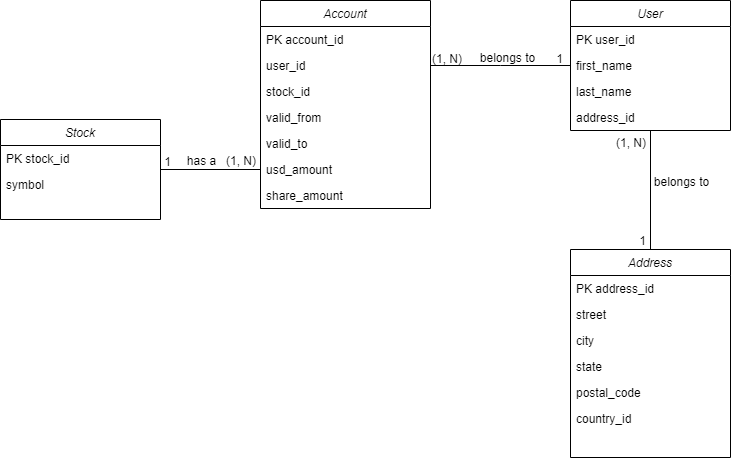
Above: assets/data_model.png in dporth/stock-simulator (draw.io), before the change. Source tidied: cells renumbered, new cells last; positions are measured from the earlier drawing's top-left corner, leaving out a move shared by most shapes. Source of this version:
```xml
<mxGraphModel>
  <root>
    <mxCell id="0" />
    <mxCell id="1" parent="0" />
    <mxCell id="2" value="Account" style="swimlane;fontStyle=2;align=center;verticalAlign=top;horizontal=1;startSize=26;rounded=0;shadow=0;strokeWidth=1;" parent="1" vertex="1">
      <mxGeometry x="260" width="170" height="208" as="geometry" />
    </mxCell>
    <mxCell id="3" value="PK account_id" style="text;align=left;verticalAlign=top;spacingLeft=4;spacingRight=4;overflow=hidden;" parent="2" vertex="1">
      <mxGeometry y="26" width="170" height="26" as="geometry" />
    </mxCell>
    <mxCell id="4" value="user_id" style="text;align=left;verticalAlign=top;spacingLeft=4;spacingRight=4;overflow=hidden;" parent="2" vertex="1">
      <mxGeometry y="52" width="170" height="26" as="geometry" />
    </mxCell>
    <mxCell id="5" value="stock_id" style="text;align=left;verticalAlign=top;spacingLeft=4;spacingRight=4;overflow=hidden;rounded=0;shadow=0;html=0;" parent="2" vertex="1">
      <mxGeometry y="78" width="170" height="26" as="geometry" />
    </mxCell>
    <mxCell id="6" value="valid_from" style="text;align=left;verticalAlign=top;spacingLeft=4;spacingRight=4;overflow=hidden;rounded=0;shadow=0;html=0;" parent="2" vertex="1">
      <mxGeometry y="104" width="170" height="26" as="geometry" />
    </mxCell>
    <mxCell id="7" value="valid_to" style="text;align=left;verticalAlign=top;spacingLeft=4;spacingRight=4;overflow=hidden;" parent="2" vertex="1">
      <mxGeometry y="130" width="170" height="26" as="geometry" />
    </mxCell>
    <mxCell id="8" value="usd_amount" style="text;align=left;verticalAlign=top;spacingLeft=4;spacingRight=4;overflow=hidden;points=[[0,0.5],[1,0.5]];portConstraint=eastwest;rounded=0;shadow=0;html=0;" parent="2" vertex="1">
      <mxGeometry y="156" width="170" height="26" as="geometry" />
    </mxCell>
    <mxCell id="9" value="share_amount" style="text;align=left;verticalAlign=top;spacingLeft=4;spacingRight=4;overflow=hidden;rounded=0;shadow=0;html=0;" parent="2" vertex="1">
      <mxGeometry y="182" width="170" height="26" as="geometry" />
    </mxCell>
    <mxCell id="10" style="edgeStyle=orthogonalEdgeStyle;rounded=0;jettySize=auto;html=1;entryX=0;entryY=0.5;entryDx=0;entryDy=0;startArrow=none;startFill=0;endArrow=none;endFill=0;" parent="1" edge="1" source="11" target="8">
      <mxGeometry relative="1" as="geometry" />
    </mxCell>
    <mxCell id="11" value="Stock" style="swimlane;fontStyle=2;align=center;verticalAlign=top;horizontal=1;startSize=26;rounded=0;shadow=0;strokeWidth=1;" parent="1" vertex="1">
      <mxGeometry y="119" width="160" height="100" as="geometry" />
    </mxCell>
    <mxCell id="12" value="PK stock_id" style="text;align=left;verticalAlign=top;spacingLeft=4;spacingRight=4;overflow=hidden;" parent="11" vertex="1">
      <mxGeometry y="26" width="160" height="26" as="geometry" />
    </mxCell>
    <mxCell id="13" value="symbol" style="text;align=left;verticalAlign=top;spacingLeft=4;spacingRight=4;overflow=hidden;rounded=0;shadow=0;html=0;" parent="11" vertex="1">
      <mxGeometry y="52" width="160" height="26" as="geometry" />
    </mxCell>
    <mxCell id="14" style="edgeStyle=orthogonalEdgeStyle;rounded=0;jettySize=auto;html=1;exitX=0.5;exitY=1;exitDx=0;exitDy=0;entryX=0.5;entryY=0;entryDx=0;entryDy=0;startArrow=none;startFill=0;endArrow=none;endFill=0;" parent="1" edge="1" source="15" target="25">
      <mxGeometry relative="1" as="geometry" />
    </mxCell>
    <mxCell id="15" value="User" style="swimlane;fontStyle=2;align=center;verticalAlign=top;horizontal=1;startSize=26;rounded=0;shadow=0;strokeWidth=1;" parent="1" vertex="1">
      <mxGeometry x="570" width="160" height="130" as="geometry" />
    </mxCell>
    <mxCell id="16" value="PK user_id" style="text;align=left;verticalAlign=top;spacingLeft=4;spacingRight=4;overflow=hidden;" parent="15" vertex="1">
      <mxGeometry y="26" width="160" height="26" as="geometry" />
    </mxCell>
    <mxCell id="17" value="first_name" style="text;align=left;verticalAlign=top;spacingLeft=4;spacingRight=4;overflow=hidden;rounded=0;shadow=0;html=0;" parent="15" vertex="1">
      <mxGeometry y="52" width="160" height="26" as="geometry" />
    </mxCell>
    <mxCell id="18" value="last_name" style="text;align=left;verticalAlign=top;spacingLeft=4;spacingRight=4;overflow=hidden;rounded=0;shadow=0;html=0;" parent="15" vertex="1">
      <mxGeometry y="78" width="160" height="26" as="geometry" />
    </mxCell>
    <mxCell id="19" value="address_id" style="text;align=left;verticalAlign=top;spacingLeft=4;spacingRight=4;overflow=hidden;rounded=0;shadow=0;html=0;" parent="15" vertex="1">
      <mxGeometry y="104" width="160" height="26" as="geometry" />
    </mxCell>
    <mxCell id="20" style="endArrow=none;shadow=0;strokeWidth=1;rounded=0;endFill=0;edgeStyle=elbowEdgeStyle;elbow=vertical;" parent="1" edge="1" source="2" target="15">
      <mxGeometry x="0.5" y="41" relative="1" as="geometry">
        <mxPoint x="-40" y="32" as="offset" />
      </mxGeometry>
    </mxCell>
    <mxCell id="21" value="(1, N)" style="align=left;verticalAlign=bottom;labelBackgroundColor=none;fontSize=12;" parent="20" vertex="1">
      <mxGeometry x="-1" relative="1" as="geometry">
        <mxPoint y="2" as="offset" />
      </mxGeometry>
    </mxCell>
    <mxCell id="22" value="1" style="align=right;verticalAlign=bottom;labelBackgroundColor=none;fontSize=12;" parent="20" vertex="1">
      <mxGeometry x="1" relative="1" as="geometry">
        <mxPoint x="-6" y="2" as="offset" />
      </mxGeometry>
    </mxCell>
    <mxCell id="23" value="belongs to" style="text;html=1;align=center;verticalAlign=middle;labelBackgroundColor=none;rounded=0;shadow=0;strokeWidth=1;fontSize=12;" parent="20" vertex="1">
      <mxGeometry x="0.5" y="49" relative="1" as="geometry">
        <mxPoint x="-29" y="40" as="offset" />
      </mxGeometry>
    </mxCell>
    <mxCell id="24" value="belongs to" style="text;html=1;align=center;verticalAlign=middle;labelBackgroundColor=none;rounded=0;shadow=0;strokeWidth=1;fontSize=12;" parent="20" vertex="1">
      <mxGeometry x="0.5" y="49" relative="1" as="geometry">
        <mxPoint x="145" y="164" as="offset" />
      </mxGeometry>
    </mxCell>
    <mxCell id="25" value="Address" style="swimlane;fontStyle=2;align=center;verticalAlign=top;horizontal=1;startSize=26;rounded=0;shadow=0;strokeWidth=1;" parent="1" vertex="1">
      <mxGeometry x="570" y="249" width="160" height="208" as="geometry" />
    </mxCell>
    <mxCell id="26" value="PK address_id" style="text;align=left;verticalAlign=top;spacingLeft=4;spacingRight=4;overflow=hidden;" parent="25" vertex="1">
      <mxGeometry y="26" width="160" height="26" as="geometry" />
    </mxCell>
    <mxCell id="27" value="street" style="text;align=left;verticalAlign=top;spacingLeft=4;spacingRight=4;overflow=hidden;" parent="25" vertex="1">
      <mxGeometry y="52" width="160" height="26" as="geometry" />
    </mxCell>
    <mxCell id="28" value="city" style="text;align=left;verticalAlign=top;spacingLeft=4;spacingRight=4;overflow=hidden;rounded=0;shadow=0;html=0;" parent="25" vertex="1">
      <mxGeometry y="78" width="160" height="26" as="geometry" />
    </mxCell>
    <mxCell id="29" value="state" style="text;align=left;verticalAlign=top;spacingLeft=4;spacingRight=4;overflow=hidden;rounded=0;shadow=0;html=0;" parent="25" vertex="1">
      <mxGeometry y="104" width="160" height="26" as="geometry" />
    </mxCell>
    <mxCell id="30" value="postal_code" style="text;align=left;verticalAlign=top;spacingLeft=4;spacingRight=4;overflow=hidden;rounded=0;shadow=0;html=0;" parent="25" vertex="1">
      <mxGeometry y="130" width="160" height="26" as="geometry" />
    </mxCell>
    <mxCell id="31" value="country_id" style="text;align=left;verticalAlign=top;spacingLeft=4;spacingRight=4;overflow=hidden;rounded=0;shadow=0;html=0;" parent="25" vertex="1">
      <mxGeometry y="156" width="160" height="26" as="geometry" />
    </mxCell>
    <mxCell id="32" value="(1, N)" style="align=left;verticalAlign=bottom;labelBackgroundColor=none;fontSize=12;" parent="1" vertex="1">
      <mxGeometry x="224" y="169" as="geometry" />
    </mxCell>
    <mxCell id="33" value="has a" style="text;html=1;align=center;verticalAlign=middle;labelBackgroundColor=none;rounded=0;shadow=0;strokeWidth=1;fontSize=12;" parent="1" vertex="1">
      <mxGeometry x="198" y="164" as="geometry">
        <mxPoint x="2" y="-5" as="offset" />
      </mxGeometry>
    </mxCell>
    <mxCell id="34" value="1" style="align=right;verticalAlign=bottom;labelBackgroundColor=none;fontSize=12;direction=south;" parent="1" vertex="1">
      <mxGeometry x="172" y="170" as="geometry" />
    </mxCell>
    <mxCell id="35" value="1" style="align=right;verticalAlign=bottom;labelBackgroundColor=none;fontSize=12;" parent="1" vertex="1">
      <mxGeometry x="643" y="240" as="geometry">
        <mxPoint x="4" y="9" as="offset" />
      </mxGeometry>
    </mxCell>
    <mxCell id="36" value="(1, N)" style="align=left;verticalAlign=bottom;labelBackgroundColor=none;fontSize=12;" parent="1" vertex="1">
      <mxGeometry x="614" y="151" as="geometry" />
    </mxCell>
  </root>
</mxGraphModel>
```
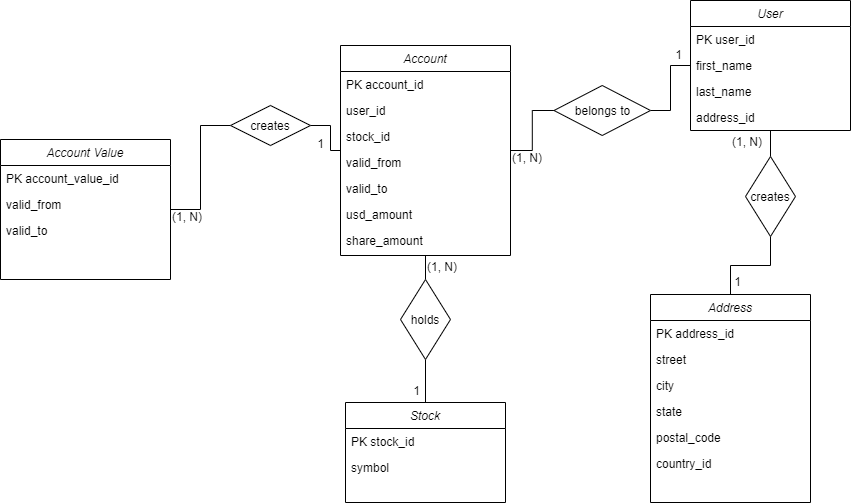
The same diagram one commit later.

Diff of the diagram source:
```diff
@@ -3,7 +3,7 @@
     <mxCell id="0" />
     <mxCell id="1" parent="0" />
     <mxCell id="2" value="Account" style="swimlane;fontStyle=2;align=center;verticalAlign=top;horizontal=1;startSize=26;rounded=0;shadow=0;strokeWidth=1;" parent="1" vertex="1">
-      <mxGeometry x="260" width="170" height="208" as="geometry" />
+      <mxGeometry x="260" width="170" height="210" as="geometry" />
     </mxCell>
     <mxCell id="3" value="PK account_id" style="text;align=left;verticalAlign=top;spacingLeft=4;spacingRight=4;overflow=hidden;" parent="2" vertex="1">
       <mxGeometry y="26" width="170" height="26" as="geometry" />
@@ -24,13 +24,10 @@
       <mxGeometry y="156" width="170" height="26" as="geometry" />
     </mxCell>
     <mxCell id="9" value="share_amount" style="text;align=left;verticalAlign=top;spacingLeft=4;spacingRight=4;overflow=hidden;rounded=0;shadow=0;html=0;" parent="2" vertex="1">
-      <mxGeometry y="182" width="170" height="26" as="geometry" />
+      <mxGeometry y="182" width="170" height="28" as="geometry" />
     </mxCell>
-    <mxCell id="10" style="edgeStyle=orthogonalEdgeStyle;rounded=0;jettySize=auto;html=1;entryX=0;entryY=0.5;entryDx=0;entryDy=0;startArrow=none;startFill=0;endArrow=none;endFill=0;" parent="1" edge="1" source="11" target="8">
-      <mxGeometry relative="1" as="geometry" />
-    </mxCell>
     <mxCell id="11" value="Stock" style="swimlane;fontStyle=2;align=center;verticalAlign=top;horizontal=1;startSize=26;rounded=0;shadow=0;strokeWidth=1;" parent="1" vertex="1">
-      <mxGeometry y="119" width="160" height="100" as="geometry" />
+      <mxGeometry x="265" y="357" width="160" height="100" as="geometry" />
     </mxCell>
     <mxCell id="12" value="PK stock_id" style="text;align=left;verticalAlign=top;spacingLeft=4;spacingRight=4;overflow=hidden;" parent="11" vertex="1">
       <mxGeometry y="26" width="160" height="26" as="geometry" />
@@ -38,11 +35,8 @@
     <mxCell id="13" value="symbol" style="text;align=left;verticalAlign=top;spacingLeft=4;spacingRight=4;overflow=hidden;rounded=0;shadow=0;html=0;" parent="11" vertex="1">
       <mxGeometry y="52" width="160" height="26" as="geometry" />
     </mxCell>
-    <mxCell id="14" style="edgeStyle=orthogonalEdgeStyle;rounded=0;jettySize=auto;html=1;exitX=0.5;exitY=1;exitDx=0;exitDy=0;entryX=0.5;entryY=0;entryDx=0;entryDy=0;startArrow=none;startFill=0;endArrow=none;endFill=0;" parent="1" edge="1" source="15" target="25">
-      <mxGeometry relative="1" as="geometry" />
-    </mxCell>
     <mxCell id="15" value="User" style="swimlane;fontStyle=2;align=center;verticalAlign=top;horizontal=1;startSize=26;rounded=0;shadow=0;strokeWidth=1;" parent="1" vertex="1">
-      <mxGeometry x="570" width="160" height="130" as="geometry" />
+      <mxGeometry x="610" y="-45" width="160" height="130" as="geometry" />
     </mxCell>
     <mxCell id="16" value="PK user_id" style="text;align=left;verticalAlign=top;spacingLeft=4;spacingRight=4;overflow=hidden;" parent="15" vertex="1">
       <mxGeometry y="26" width="160" height="26" as="geometry" />
@@ -56,31 +50,6 @@
     <mxCell id="19" value="address_id" style="text;align=left;verticalAlign=top;spacingLeft=4;spacingRight=4;overflow=hidden;rounded=0;shadow=0;html=0;" parent="15" vertex="1">
       <mxGeometry y="104" width="160" height="26" as="geometry" />
     </mxCell>
-    <mxCell id="20" style="endArrow=none;shadow=0;strokeWidth=1;rounded=0;endFill=0;edgeStyle=elbowEdgeStyle;elbow=vertical;" parent="1" edge="1" source="2" target="15">
-      <mxGeometry x="0.5" y="41" relative="1" as="geometry">
-        <mxPoint x="-40" y="32" as="offset" />
-      </mxGeometry>
-    </mxCell>
-    <mxCell id="21" value="(1, N)" style="align=left;verticalAlign=bottom;labelBackgroundColor=none;fontSize=12;" parent="20" vertex="1">
-      <mxGeometry x="-1" relative="1" as="geometry">
-        <mxPoint y="2" as="offset" />
-      </mxGeometry>
-    </mxCell>
-    <mxCell id="22" value="1" style="align=right;verticalAlign=bottom;labelBackgroundColor=none;fontSize=12;" parent="20" vertex="1">
-      <mxGeometry x="1" relative="1" as="geometry">
-        <mxPoint x="-6" y="2" as="offset" />
-      </mxGeometry>
-    </mxCell>
-    <mxCell id="23" value="belongs to" style="text;html=1;align=center;verticalAlign=middle;labelBackgroundColor=none;rounded=0;shadow=0;strokeWidth=1;fontSize=12;" parent="20" vertex="1">
-      <mxGeometry x="0.5" y="49" relative="1" as="geometry">
-        <mxPoint x="-29" y="40" as="offset" />
-      </mxGeometry>
-    </mxCell>
-    <mxCell id="24" value="belongs to" style="text;html=1;align=center;verticalAlign=middle;labelBackgroundColor=none;rounded=0;shadow=0;strokeWidth=1;fontSize=12;" parent="20" vertex="1">
-      <mxGeometry x="0.5" y="49" relative="1" as="geometry">
-        <mxPoint x="145" y="164" as="offset" />
-      </mxGeometry>
-    </mxCell>
     <mxCell id="25" value="Address" style="swimlane;fontStyle=2;align=center;verticalAlign=top;horizontal=1;startSize=26;rounded=0;shadow=0;strokeWidth=1;" parent="1" vertex="1">
       <mxGeometry x="570" y="249" width="160" height="208" as="geometry" />
     </mxCell>
@@ -103,23 +72,82 @@
       <mxGeometry y="156" width="160" height="26" as="geometry" />
     </mxCell>
     <mxCell id="32" value="(1, N)" style="align=left;verticalAlign=bottom;labelBackgroundColor=none;fontSize=12;" parent="1" vertex="1">
-      <mxGeometry x="224" y="169" as="geometry" />
+      <mxGeometry x="345" y="230" as="geometry" />
     </mxCell>
-    <mxCell id="33" value="has a" style="text;html=1;align=center;verticalAlign=middle;labelBackgroundColor=none;rounded=0;shadow=0;strokeWidth=1;fontSize=12;" parent="1" vertex="1">
-      <mxGeometry x="198" y="164" as="geometry">
-        <mxPoint x="2" y="-5" as="offset" />
-      </mxGeometry>
-    </mxCell>
     <mxCell id="34" value="1" style="align=right;verticalAlign=bottom;labelBackgroundColor=none;fontSize=12;direction=south;" parent="1" vertex="1">
-      <mxGeometry x="172" y="170" as="geometry" />
+      <mxGeometry x="341" y="354" as="geometry" />
     </mxCell>
     <mxCell id="35" value="1" style="align=right;verticalAlign=bottom;labelBackgroundColor=none;fontSize=12;" parent="1" vertex="1">
-      <mxGeometry x="643" y="240" as="geometry">
-        <mxPoint x="4" y="9" as="offset" />
+      <mxGeometry x="739" y="313" as="geometry">
+        <mxPoint x="-77" y="-68" as="offset" />
       </mxGeometry>
     </mxCell>
     <mxCell id="36" value="(1, N)" style="align=left;verticalAlign=bottom;labelBackgroundColor=none;fontSize=12;" parent="1" vertex="1">
-      <mxGeometry x="614" y="151" as="geometry" />
+      <mxGeometry x="650" y="105" as="geometry" />
     </mxCell>
+    <mxCell id="37" value="Account Value" style="swimlane;fontStyle=2;align=center;verticalAlign=top;horizontal=1;startSize=26;rounded=0;shadow=0;strokeWidth=1;" parent="1" vertex="1">
+      <mxGeometry x="-80" y="94" width="170" height="140" as="geometry" />
+    </mxCell>
+    <mxCell id="38" value="PK account_value_id" style="text;align=left;verticalAlign=top;spacingLeft=4;spacingRight=4;overflow=hidden;" parent="37" vertex="1">
+      <mxGeometry y="26" width="170" height="26" as="geometry" />
+    </mxCell>
+    <mxCell id="39" value="valid_from" style="text;align=left;verticalAlign=top;spacingLeft=4;spacingRight=4;overflow=hidden;rounded=0;shadow=0;html=0;" parent="37" vertex="1">
+      <mxGeometry y="52" width="170" height="26" as="geometry" />
+    </mxCell>
+    <mxCell id="40" value="valid_to" style="text;align=left;verticalAlign=top;spacingLeft=4;spacingRight=4;overflow=hidden;" parent="37" vertex="1">
+      <mxGeometry y="78" width="170" height="26" as="geometry" />
+    </mxCell>
+    <mxCell id="41" value="(1, N)" style="align=left;verticalAlign=bottom;labelBackgroundColor=none;fontSize=12;" parent="1" vertex="1">
+      <mxGeometry x="90" y="180" as="geometry" />
+    </mxCell>
+    <mxCell id="42" value="1" style="align=right;verticalAlign=bottom;labelBackgroundColor=none;fontSize=12;" parent="1" vertex="1">
+      <mxGeometry x="264" y="136" as="geometry">
+        <mxPoint x="-19" y="-29" as="offset" />
+      </mxGeometry>
+    </mxCell>
+    <mxCell id="43" style="edgeStyle=orthogonalEdgeStyle;rounded=0;jettySize=auto;html=1;startArrow=none;startFill=0;endArrow=none;endFill=0;" parent="1" edge="1" source="45" target="2">
+      <mxGeometry relative="1" as="geometry" />
+    </mxCell>
+    <mxCell id="44" style="edgeStyle=orthogonalEdgeStyle;rounded=0;jettySize=auto;html=1;startArrow=none;startFill=0;endArrow=none;endFill=0;" parent="1" edge="1" source="45" target="15">
+      <mxGeometry relative="1" as="geometry" />
+    </mxCell>
+    <mxCell id="45" value="belongs to" style="rhombus;whiteSpace=wrap;html=1;" parent="1" vertex="1">
+      <mxGeometry x="473.5" y="40" width="96.5" height="50" as="geometry" />
+    </mxCell>
+    <mxCell id="46" style="edgeStyle=orthogonalEdgeStyle;rounded=0;jettySize=auto;html=1;startArrow=none;startFill=0;endArrow=none;endFill=0;" parent="1" edge="1" source="48" target="37">
+      <mxGeometry relative="1" as="geometry" />
+    </mxCell>
+    <mxCell id="47" style="edgeStyle=orthogonalEdgeStyle;rounded=0;jettySize=auto;html=1;startArrow=none;startFill=0;endArrow=none;endFill=0;" parent="1" edge="1" source="48" target="2">
+      <mxGeometry relative="1" as="geometry" />
+    </mxCell>
+    <mxCell id="48" value="creates" style="rhombus;whiteSpace=wrap;html=1;" parent="1" vertex="1">
+      <mxGeometry x="150" y="60" width="80" height="40" as="geometry" />
+    </mxCell>
+    <mxCell id="49" value="(1, N)" style="align=left;verticalAlign=bottom;labelBackgroundColor=none;fontSize=12;" parent="1" vertex="1">
+      <mxGeometry x="430" y="121" as="geometry" />
+    </mxCell>
+    <mxCell id="50" value="1" style="align=right;verticalAlign=bottom;labelBackgroundColor=none;fontSize=12;" parent="1" vertex="1">
+      <mxGeometry x="641" y="-41" as="geometry">
+        <mxPoint x="-38" y="59" as="offset" />
+      </mxGeometry>
+    </mxCell>
+    <mxCell id="51" style="edgeStyle=orthogonalEdgeStyle;rounded=0;jettySize=auto;html=1;startArrow=none;startFill=0;endArrow=none;endFill=0;" parent="1" edge="1" source="53" target="15">
+      <mxGeometry relative="1" as="geometry" />
+    </mxCell>
+    <mxCell id="52" style="edgeStyle=orthogonalEdgeStyle;rounded=0;jettySize=auto;html=1;startArrow=none;startFill=0;endArrow=none;endFill=0;" parent="1" edge="1" source="53" target="25">
+      <mxGeometry relative="1" as="geometry" />
+    </mxCell>
+    <mxCell id="53" value="creates" style="rhombus;whiteSpace=wrap;html=1;" parent="1" vertex="1">
+      <mxGeometry x="665" y="111" width="50" height="80" as="geometry" />
+    </mxCell>
+    <mxCell id="54" style="edgeStyle=orthogonalEdgeStyle;rounded=0;jettySize=auto;html=1;startArrow=none;startFill=0;endArrow=none;endFill=0;" parent="1" edge="1" source="56" target="2">
+      <mxGeometry relative="1" as="geometry" />
+    </mxCell>
+    <mxCell id="55" style="edgeStyle=orthogonalEdgeStyle;rounded=0;jettySize=auto;html=1;startArrow=none;startFill=0;endArrow=none;endFill=0;" parent="1" edge="1" source="56" target="11">
+      <mxGeometry relative="1" as="geometry" />
+    </mxCell>
+    <mxCell id="56" value="holds" style="rhombus;whiteSpace=wrap;html=1;" parent="1" vertex="1">
+      <mxGeometry x="320" y="234" width="50" height="80" as="geometry" />
+    </mxCell>
   </root>
 </mxGraphModel>
```
